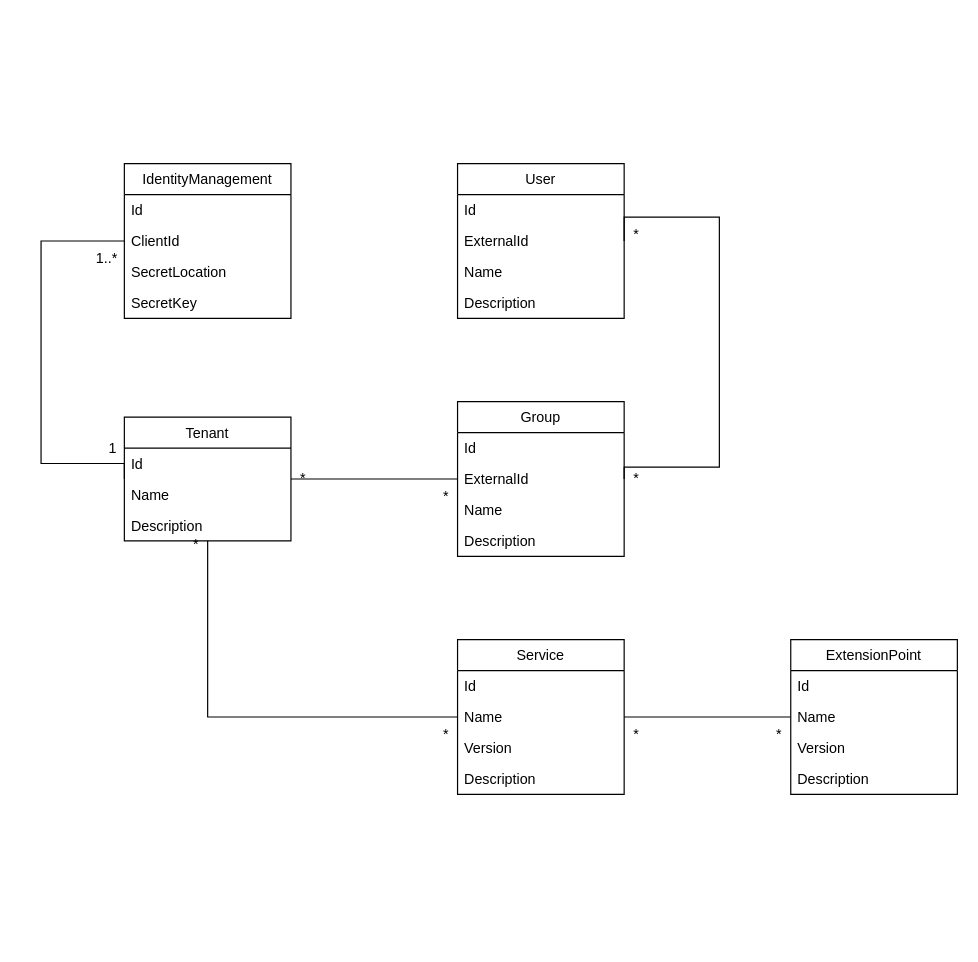
Before: diagrams/Untitled Diagram.drawio in idarb-oss/alinea-doc, a draw.io diagram. Source tidied: cells renumbered, new cells numbered last; positions are measured from the earlier drawing's top-left corner, leaving out a move shared by most shapes. Both pictures are drawn from the tidied source at 119%, with x=0, y=0 at pixel (40, 163).
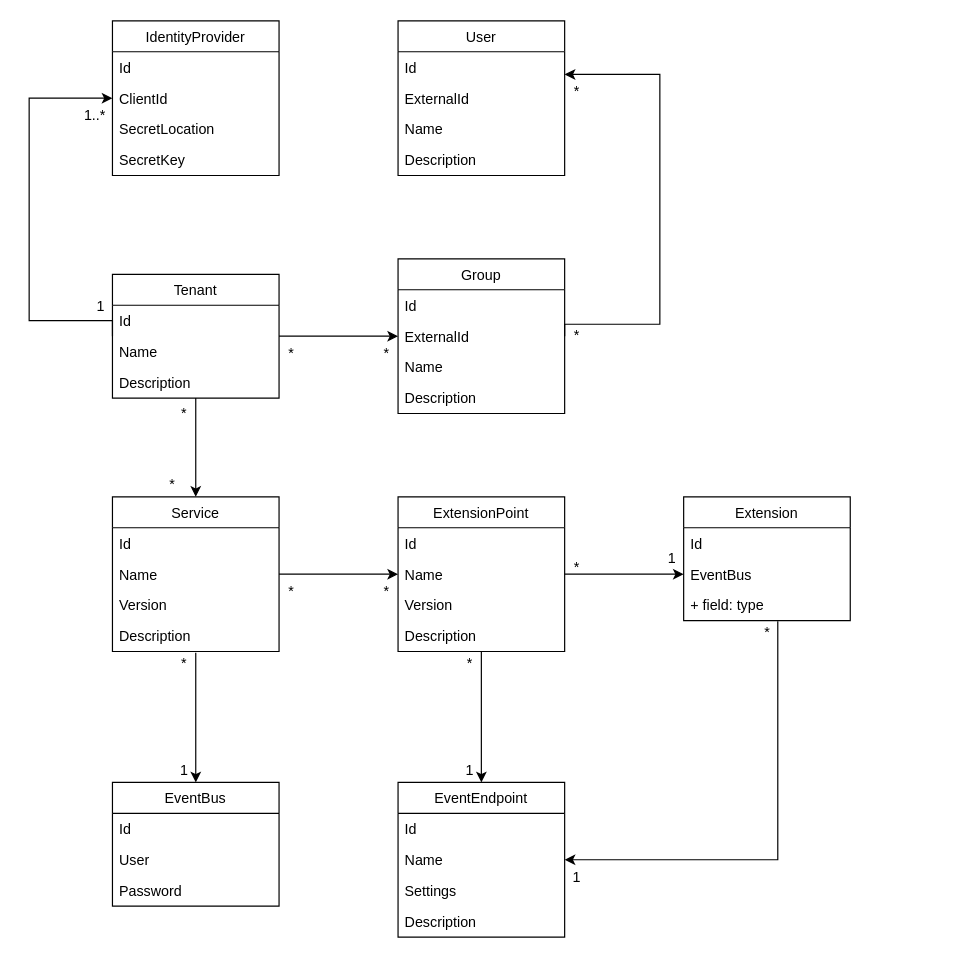
Above is the later version.

The change refers to these unchanged cells:
```xml
<mxCell id="11" value="ExternalId" style="text;strokeColor=none;fillColor=none;align=left;verticalAlign=top;spacingLeft=4;spacingRight=4;overflow=hidden;points=[[0,0.5],[1,0.5]];portConstraint=eastwest;" parent="9" vertex="1">
  <mxGeometry y="52" width="140" height="26" as="geometry" />
</mxCell>
<mxCell id="16" value="ExternalId" style="text;strokeColor=none;fillColor=none;align=left;verticalAlign=top;spacingLeft=4;spacingRight=4;overflow=hidden;points=[[0,0.5],[1,0.5]];portConstraint=eastwest;" parent="14" vertex="1">
  <mxGeometry y="52" width="140" height="26" as="geometry" />
</mxCell>
<mxCell id="22" value="Name" style="text;strokeColor=none;fillColor=none;align=left;verticalAlign=top;spacingLeft=4;spacingRight=4;overflow=hidden;points=[[0,0.5],[1,0.5]];portConstraint=eastwest;" parent="20" vertex="1">
  <mxGeometry y="52" width="140" height="26" as="geometry" />
</mxCell>
<mxCell id="24" value="Description" style="text;strokeColor=none;fillColor=none;align=left;verticalAlign=top;spacingLeft=4;spacingRight=4;overflow=hidden;points=[[0,0.5],[1,0.5]];portConstraint=eastwest;" parent="20" vertex="1">
  <mxGeometry y="104" width="140" height="26" as="geometry" />
</mxCell>
<mxCell id="27" value="Name" style="text;strokeColor=none;fillColor=none;align=left;verticalAlign=top;spacingLeft=4;spacingRight=4;overflow=hidden;points=[[0,0.5],[1,0.5]];portConstraint=eastwest;" parent="25" vertex="1">
  <mxGeometry y="52" width="140" height="26" as="geometry" />
</mxCell>
<mxCell id="29" value="Description" style="text;strokeColor=none;fillColor=none;align=left;verticalAlign=top;spacingLeft=4;spacingRight=4;overflow=hidden;points=[[0,0.5],[1,0.5]];portConstraint=eastwest;" parent="25" vertex="1">
  <mxGeometry y="104" width="140" height="26" as="geometry" />
</mxCell>
<mxCell id="33" value="ClientId" style="text;strokeColor=none;fillColor=none;align=left;verticalAlign=top;spacingLeft=4;spacingRight=4;overflow=hidden;points=[[0,0.5],[1,0.5]];portConstraint=eastwest;" parent="31" vertex="1">
  <mxGeometry y="52" width="140" height="26" as="geometry" />
</mxCell>
```

What changed in the source:
```diff
@@
-    <mxCell id="2" style="edgeStyle=orthogonalEdgeStyle;rounded=0;jettySize=auto;html=1;exitX=0.5;exitY=1;exitDx=0;exitDy=0;entryX=0;entryY=0.5;entryDx=0;entryDy=0;endArrow=none;endFill=0;" parent="1" edge="1" source="4" target="22">
+    <mxCell id="2" style="edgeStyle=orthogonalEdgeStyle;rounded=0;jettySize=auto;html=1;exitX=0.5;exitY=1;exitDx=0;exitDy=0;entryX=0.5;entryY=0;entryDx=0;entryDy=0;endArrow=classic;endFill=1;" parent="1" edge="1" source="4" target="20">
       <mxGeometry relative="1" as="geometry" />
     </mxCell>
-    <mxCell id="3" style="edgeStyle=orthogonalEdgeStyle;rounded=0;jettySize=auto;html=1;exitX=0;exitY=0.5;exitDx=0;exitDy=0;entryX=0;entryY=0.5;entryDx=0;entryDy=0;endArrow=none;endFill=0;" parent="1" edge="1" source="4" target="33">
+    <mxCell id="3" style="edgeStyle=orthogonalEdgeStyle;rounded=0;jettySize=auto;html=1;exitX=0;exitY=0.5;exitDx=0;exitDy=0;entryX=0;entryY=0.5;entryDx=0;entryDy=0;endArrow=classic;endFill=1;" parent="1" edge="1" source="4" target="33">
       <mxGeometry relative="1" as="geometry">
         <Array as="points">
-          <mxPoint y="252" />
-          <mxPoint y="65" />
+          <mxPoint x="-10" y="132" />
+          <mxPoint x="-10" y="-55" />
         </Array>
       </mxGeometry>
     </mxCell>
     <mxCell id="4" value="Tenant" style="swimlane;fontStyle=0;horizontal=1;startSize=26;fillColor=none;" parent="1" vertex="1">
-      <mxGeometry x="70" y="213" width="140" height="104" as="geometry" />
+      <mxGeometry x="60" y="93" width="140" height="104" as="geometry" />
     </mxCell>
@@
-    <mxCell id="8" style="edgeStyle=orthogonalEdgeStyle;rounded=0;jettySize=auto;html=1;exitX=1;exitY=0.5;exitDx=0;exitDy=0;entryX=1;entryY=0.5;entryDx=0;entryDy=0;endArrow=none;endFill=0;" parent="1" edge="1" source="11" target="16">
+    <mxCell id="8" style="edgeStyle=orthogonalEdgeStyle;rounded=0;jettySize=auto;html=1;exitX=1;exitY=0.5;exitDx=0;exitDy=0;entryX=1;entryY=-0.269;entryDx=0;entryDy=0;endArrow=classic;endFill=1;entryPerimeter=0;" parent="1" edge="1" source="11" target="16">
       <mxGeometry relative="1" as="geometry">
         <Array as="points">
-          <mxPoint x="570" y="255" />
-          <mxPoint x="570" y="45" />
+          <mxPoint x="440" y="135" />
+          <mxPoint x="520" y="135" />
+          <mxPoint x="520" y="-75" />
         </Array>
       </mxGeometry>
     </mxCell>
     <mxCell id="9" value="Group" style="swimlane;fontStyle=0;horizontal=1;startSize=26;fillColor=none;" parent="1" vertex="1">
-      <mxGeometry x="350" y="200" width="140" height="130" as="geometry" />
+      <mxGeometry x="300" y="80" width="140" height="130" as="geometry" />
     </mxCell>
@@
     <mxCell id="14" value="User" style="swimlane;fontStyle=0;horizontal=1;startSize=26;fillColor=none;" parent="1" vertex="1">
-      <mxGeometry x="350" width="140" height="130" as="geometry" />
+      <mxGeometry x="300" y="-120" width="140" height="130" as="geometry" />
     </mxCell>
@@
-    <mxCell id="19" style="edgeStyle=orthogonalEdgeStyle;rounded=0;jettySize=auto;html=1;exitX=1;exitY=0.5;exitDx=0;exitDy=0;entryX=0;entryY=0.5;entryDx=0;entryDy=0;endArrow=none;endFill=0;" parent="1" edge="1" source="4" target="11">
+    <mxCell id="19" style="edgeStyle=orthogonalEdgeStyle;rounded=0;jettySize=auto;html=1;exitX=1;exitY=0.5;exitDx=0;exitDy=0;entryX=0;entryY=0.5;entryDx=0;entryDy=0;endArrow=classic;endFill=1;" parent="1" edge="1" source="4" target="11">
       <mxGeometry relative="1" as="geometry" />
     </mxCell>
     <mxCell id="20" value="Service" style="swimlane;fontStyle=0;horizontal=1;startSize=26;fillColor=none;" parent="1" vertex="1">
-      <mxGeometry x="350" y="400" width="140" height="130" as="geometry" />
+      <mxGeometry x="60" y="280" width="140" height="130" as="geometry" />
     </mxCell>
@@
     <mxCell id="25" value="ExtensionPoint" style="swimlane;fontStyle=0;horizontal=1;startSize=26;fillColor=none;" parent="1" vertex="1">
-      <mxGeometry x="630" y="400" width="140" height="130" as="geometry" />
+      <mxGeometry x="300" y="280" width="140" height="130" as="geometry" />
     </mxCell>
@@
-    <mxCell id="30" style="edgeStyle=orthogonalEdgeStyle;rounded=0;jettySize=auto;html=1;exitX=1;exitY=0.5;exitDx=0;exitDy=0;endArrow=none;endFill=0;entryX=0;entryY=0.5;entryDx=0;entryDy=0;" parent="1" edge="1" source="22" target="27">
+    <mxCell id="30" style="edgeStyle=orthogonalEdgeStyle;rounded=0;jettySize=auto;html=1;exitX=1;exitY=0.5;exitDx=0;exitDy=0;endArrow=classic;endFill=1;entryX=0;entryY=0.5;entryDx=0;entryDy=0;" parent="1" edge="1" source="22" target="27">
       <mxGeometry relative="1" as="geometry" />
     </mxCell>
-    <mxCell id="31" value="IdentityManagement" style="swimlane;fontStyle=0;horizontal=1;startSize=26;fillColor=none;" parent="1" vertex="1">
-      <mxGeometry x="70" width="140" height="130" as="geometry" />
+    <mxCell id="31" value="IdentityProvider" style="swimlane;fontStyle=0;horizontal=1;startSize=26;fillColor=none;" parent="1" vertex="1">
+      <mxGeometry x="60" y="-120" width="140" height="130" as="geometry" />
     </mxCell>
@@
     <mxCell id="36" value="*" style="text;html=1;align=center;verticalAlign=middle;fillColor=none;strokeColor=none;rounded=0;" parent="1" vertex="1">
-      <mxGeometry x="330" y="270" width="20" height="20" as="geometry" />
+      <mxGeometry x="280" y="150" width="20" height="20" as="geometry" />
     </mxCell>
     <mxCell id="37" value="*" style="text;html=1;align=center;verticalAlign=middle;fillColor=none;strokeColor=none;rounded=0;" parent="1" vertex="1">
-      <mxGeometry x="210" y="255" width="20" height="20" as="geometry" />
+      <mxGeometry x="200" y="150" width="20" height="20" as="geometry" />
     </mxCell>
     <mxCell id="38" value="*" style="text;html=1;align=center;verticalAlign=middle;fillColor=none;strokeColor=none;rounded=0;" parent="1" vertex="1">
-      <mxGeometry x="490" y="255" width="20" height="20" as="geometry" />
+      <mxGeometry x="440" y="135" width="20" height="20" as="geometry" />
     </mxCell>
     <mxCell id="39" value="*" style="text;html=1;align=center;verticalAlign=middle;fillColor=none;strokeColor=none;rounded=0;" parent="1" vertex="1">
-      <mxGeometry x="490" y="50" width="20" height="20" as="geometry" />
+      <mxGeometry x="440" y="-70" width="20" height="20" as="geometry" />
     </mxCell>
     <mxCell id="40" value="1" style="text;html=1;align=center;verticalAlign=middle;fillColor=none;strokeColor=none;rounded=0;" parent="1" vertex="1">
-      <mxGeometry x="50" y="230" width="20" height="20" as="geometry" />
+      <mxGeometry x="40" y="110" width="20" height="20" as="geometry" />
     </mxCell>
     <mxCell id="41" value="1..*" style="text;html=1;align=center;verticalAlign=middle;fillColor=none;strokeColor=none;rounded=0;" parent="1" vertex="1">
-      <mxGeometry x="40" y="70" width="30" height="20" as="geometry" />
+      <mxGeometry x="30" y="-50" width="30" height="20" as="geometry" />
     </mxCell>
     <mxCell id="42" value="*" style="text;html=1;align=center;verticalAlign=middle;fillColor=none;strokeColor=none;rounded=0;" parent="1" vertex="1">
-      <mxGeometry x="120" y="310" width="20" height="20" as="geometry" />
+      <mxGeometry x="110" y="200" width="20" height="20" as="geometry" />
     </mxCell>
     <mxCell id="43" value="*" style="text;html=1;align=center;verticalAlign=middle;fillColor=none;strokeColor=none;rounded=0;" parent="1" vertex="1">
-      <mxGeometry x="330" y="470" width="20" height="20" as="geometry" />
+      <mxGeometry x="100" y="260" width="20" height="20" as="geometry" />
     </mxCell>
     <mxCell id="44" value="*" style="text;html=1;align=center;verticalAlign=middle;fillColor=none;strokeColor=none;rounded=0;" parent="1" vertex="1">
-      <mxGeometry x="490" y="470" width="20" height="20" as="geometry" />
+      <mxGeometry x="200" y="350" width="20" height="20" as="geometry" />
     </mxCell>
     <mxCell id="45" value="*" style="text;html=1;align=center;verticalAlign=middle;fillColor=none;strokeColor=none;rounded=0;" parent="1" vertex="1">
-      <mxGeometry x="610" y="470" width="20" height="20" as="geometry" />
+      <mxGeometry x="280" y="350" width="20" height="20" as="geometry" />
     </mxCell>
+    <mxCell id="46" style="edgeStyle=orthogonalEdgeStyle;rounded=0;jettySize=auto;html=1;endArrow=classic;endFill=1;entryX=0.5;entryY=0;entryDx=0;entryDy=0;exitX=0.5;exitY=1.038;exitDx=0;exitDy=0;exitPerimeter=0;" parent="1" edge="1" source="24" target="51">
+      <mxGeometry relative="1" as="geometry" />
+    </mxCell>
+    <mxCell id="47" value="Extension" style="swimlane;fontStyle=0;horizontal=1;startSize=26;fillColor=none;" parent="1" vertex="1">
+      <mxGeometry x="540" y="280" width="140" height="104" as="geometry" />
+    </mxCell>
+    <mxCell id="48" value="Id" style="text;strokeColor=none;fillColor=none;align=left;verticalAlign=top;spacingLeft=4;spacingRight=4;overflow=hidden;" parent="47" vertex="1">
+      <mxGeometry y="26" width="140" height="26" as="geometry" />
+    </mxCell>
+    <mxCell id="49" value="EventBus" style="text;strokeColor=none;fillColor=none;align=left;verticalAlign=top;spacingLeft=4;spacingRight=4;overflow=hidden;points=[[0,0.5],[1,0.5]];portConstraint=eastwest;" parent="47" vertex="1">
+      <mxGeometry y="52" width="140" height="26" as="geometry" />
+    </mxCell>
+    <mxCell id="50" value="+ field: type" style="text;strokeColor=none;fillColor=none;align=left;verticalAlign=top;spacingLeft=4;spacingRight=4;overflow=hidden;points=[[0,0.5],[1,0.5]];portConstraint=eastwest;" parent="47" vertex="1">
+      <mxGeometry y="78" width="140" height="26" as="geometry" />
+    </mxCell>
+    <mxCell id="51" value="EventBus" style="swimlane;fontStyle=0;horizontal=1;startSize=26;fillColor=none;" parent="1" vertex="1">
+      <mxGeometry x="60" y="520" width="140" height="104" as="geometry" />
+    </mxCell>
+    <mxCell id="52" value="Id" style="text;strokeColor=none;fillColor=none;align=left;verticalAlign=top;spacingLeft=4;spacingRight=4;overflow=hidden;" parent="51" vertex="1">
+      <mxGeometry y="26" width="140" height="26" as="geometry" />
+    </mxCell>
+    <mxCell id="53" value="User" style="text;strokeColor=none;fillColor=none;align=left;verticalAlign=top;spacingLeft=4;spacingRight=4;overflow=hidden;" parent="51" vertex="1">
+      <mxGeometry y="52" width="140" height="26" as="geometry" />
+    </mxCell>
+    <mxCell id="54" value="Password" style="text;strokeColor=none;fillColor=none;align=left;verticalAlign=top;spacingLeft=4;spacingRight=4;overflow=hidden;" parent="51" vertex="1">
+      <mxGeometry y="78" width="140" height="26" as="geometry" />
+    </mxCell>
+    <mxCell id="55" style="edgeStyle=orthogonalEdgeStyle;rounded=0;jettySize=auto;html=1;endArrow=classic;endFill=1;entryX=0.5;entryY=0;entryDx=0;entryDy=0;exitX=0.5;exitY=1;exitDx=0;exitDy=0;exitPerimeter=0;" parent="1" edge="1" source="29" target="57">
+      <mxGeometry relative="1" as="geometry" />
+    </mxCell>
+    <mxCell id="56" style="edgeStyle=orthogonalEdgeStyle;rounded=0;jettySize=auto;html=1;endArrow=classic;endFill=1;entryX=1;entryY=0.5;entryDx=0;entryDy=0;exitX=0.565;exitY=1.025;exitDx=0;exitDy=0;exitPerimeter=0;" parent="1" edge="1" source="50" target="59">
+      <mxGeometry relative="1" as="geometry" />
+    </mxCell>
+    <mxCell id="57" value="EventEndpoint" style="swimlane;fontStyle=0;horizontal=1;startSize=26;fillColor=none;" parent="1" vertex="1">
+      <mxGeometry x="300" y="520" width="140" height="130" as="geometry" />
+    </mxCell>
+    <mxCell id="58" value="Id" style="text;strokeColor=none;fillColor=none;align=left;verticalAlign=top;spacingLeft=4;spacingRight=4;overflow=hidden;" parent="57" vertex="1">
+      <mxGeometry y="26" width="140" height="26" as="geometry" />
+    </mxCell>
+    <mxCell id="59" value="Name" style="text;strokeColor=none;fillColor=none;align=left;verticalAlign=top;spacingLeft=4;spacingRight=4;overflow=hidden;points=[[0,0.5],[1,0.5]];portConstraint=eastwest;" parent="57" vertex="1">
+      <mxGeometry y="52" width="140" height="26" as="geometry" />
+    </mxCell>
+    <mxCell id="60" value="Settings" style="text;strokeColor=none;fillColor=none;align=left;verticalAlign=top;spacingLeft=4;spacingRight=4;overflow=hidden;" parent="57" vertex="1">
+      <mxGeometry y="78" width="140" height="26" as="geometry" />
+    </mxCell>
+    <mxCell id="61" value="Description" style="text;strokeColor=none;fillColor=none;align=left;verticalAlign=top;spacingLeft=4;spacingRight=4;overflow=hidden;" parent="57" vertex="1">
+      <mxGeometry y="104" width="140" height="26" as="geometry" />
+    </mxCell>
+    <mxCell id="62" style="edgeStyle=orthogonalEdgeStyle;rounded=0;jettySize=auto;html=1;exitX=1;exitY=0.5;exitDx=0;exitDy=0;entryX=0;entryY=0.5;entryDx=0;entryDy=0;endArrow=classic;endFill=1;" parent="1" edge="1" source="27" target="49">
+      <mxGeometry relative="1" as="geometry" />
+    </mxCell>
+    <mxCell id="63" value="*" style="text;html=1;align=center;verticalAlign=middle;fillColor=none;strokeColor=none;rounded=0;" parent="1" vertex="1">
+      <mxGeometry x="350" y="410" width="20" height="20" as="geometry" />
+    </mxCell>
+    <mxCell id="64" value="1" style="text;html=1;align=center;verticalAlign=middle;fillColor=none;strokeColor=none;rounded=0;" parent="1" vertex="1">
+      <mxGeometry x="350" y="500" width="20" height="20" as="geometry" />
+    </mxCell>
+    <mxCell id="65" value="1" style="text;html=1;align=center;verticalAlign=middle;fillColor=none;strokeColor=none;rounded=0;" parent="1" vertex="1">
+      <mxGeometry x="440" y="590" width="20" height="20" as="geometry" />
+    </mxCell>
+    <mxCell id="66" value="*" style="text;html=1;align=center;verticalAlign=middle;fillColor=none;strokeColor=none;rounded=0;" parent="1" vertex="1">
+      <mxGeometry x="600" y="384" width="20" height="20" as="geometry" />
+    </mxCell>
+    <mxCell id="67" value="1" style="text;html=1;align=center;verticalAlign=middle;fillColor=none;strokeColor=none;rounded=0;" parent="1" vertex="1">
+      <mxGeometry x="520" y="322" width="20" height="20" as="geometry" />
+    </mxCell>
+    <mxCell id="68" value="*" style="text;html=1;align=center;verticalAlign=middle;fillColor=none;strokeColor=none;rounded=0;" parent="1" vertex="1">
+      <mxGeometry x="440" y="330" width="20" height="20" as="geometry" />
+    </mxCell>
+    <mxCell id="69" value="*" style="text;html=1;align=center;verticalAlign=middle;fillColor=none;strokeColor=none;rounded=0;" parent="1" vertex="1">
+      <mxGeometry x="110" y="410" width="20" height="20" as="geometry" />
+    </mxCell>
+    <mxCell id="70" value="1" style="text;html=1;align=center;verticalAlign=middle;fillColor=none;strokeColor=none;rounded=0;" parent="1" vertex="1">
+      <mxGeometry x="110" y="500" width="20" height="20" as="geometry" />
+    </mxCell>
```
